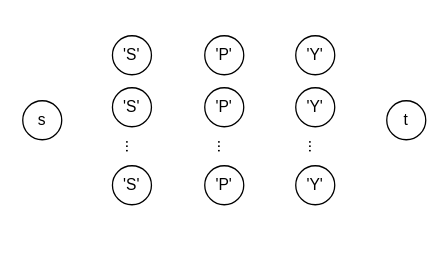
Before: hw4_9.drawio in Eren-Jeager123/Algorithm, a draw.io diagram. Source tidied: cells renumbered, new cells numbered last; positions are measured from the earlier drawing's top-left corner, leaving out a move shared by most shapes. Both pictures are drawn from the tidied source at 130%, with x=0, y=0 at pixel (22, 35).
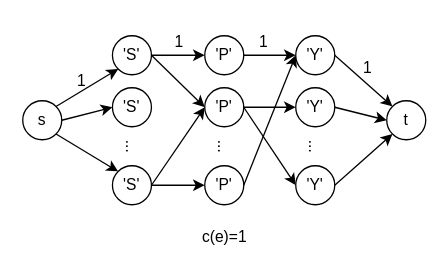
After the change.

Unchanged cells that the change refers to:
```xml
<mxCell id="2" value="s" style="ellipse;whiteSpace=wrap;html=1;" parent="1" vertex="1">
  <mxGeometry y="50" width="30" height="30" as="geometry" />
</mxCell>
<mxCell id="3" value="'S'" style="ellipse;whiteSpace=wrap;html=1;" parent="1" vertex="1">
  <mxGeometry x="69" width="30" height="30" as="geometry" />
</mxCell>
<mxCell id="4" value="'S'" style="ellipse;whiteSpace=wrap;html=1;" parent="1" vertex="1">
  <mxGeometry x="69" y="40" width="30" height="30" as="geometry" />
</mxCell>
<mxCell id="5" value="'S'" style="ellipse;whiteSpace=wrap;html=1;" parent="1" vertex="1">
  <mxGeometry x="69" y="100" width="30" height="30" as="geometry" />
</mxCell>
<mxCell id="7" value="'P'" style="ellipse;whiteSpace=wrap;html=1;" parent="1" vertex="1">
  <mxGeometry x="140" width="30" height="30" as="geometry" />
</mxCell>
<mxCell id="8" value="'P'" style="ellipse;whiteSpace=wrap;html=1;" parent="1" vertex="1">
  <mxGeometry x="140" y="100" width="30" height="30" as="geometry" />
</mxCell>
<mxCell id="9" value="'P'" style="ellipse;whiteSpace=wrap;html=1;" parent="1" vertex="1">
  <mxGeometry x="140" y="40" width="30" height="30" as="geometry" />
</mxCell>
<mxCell id="11" value="'Y'" style="ellipse;whiteSpace=wrap;html=1;" parent="1" vertex="1">
  <mxGeometry x="210" width="30" height="30" as="geometry" />
</mxCell>
<mxCell id="12" value="'Y'" style="ellipse;whiteSpace=wrap;html=1;" parent="1" vertex="1">
  <mxGeometry x="210" y="100" width="30" height="30" as="geometry" />
</mxCell>
<mxCell id="13" value="'Y'" style="ellipse;whiteSpace=wrap;html=1;" parent="1" vertex="1">
  <mxGeometry x="210" y="40" width="30" height="30" as="geometry" />
</mxCell>
<mxCell id="15" value="t" style="ellipse;whiteSpace=wrap;html=1;" parent="1" vertex="1">
  <mxGeometry x="280" y="50" width="30" height="30" as="geometry" />
</mxCell>
```

Change to the diagram source:
```diff
@@
+    <mxCell id="16" style="rounded=0;jettySize=auto;html=1;exitX=1;exitY=0;exitDx=0;exitDy=0;entryX=0;entryY=1;entryDx=0;entryDy=0;" parent="1" edge="1" source="2" target="3">
+      <mxGeometry relative="1" as="geometry" />
+    </mxCell>
+    <mxCell id="17" style="rounded=0;jettySize=auto;html=1;exitX=1;exitY=0.5;exitDx=0;exitDy=0;entryX=0;entryY=0.5;entryDx=0;entryDy=0;" parent="1" edge="1" source="2" target="4">
+      <mxGeometry relative="1" as="geometry" />
+    </mxCell>
+    <mxCell id="18" style="rounded=0;jettySize=auto;html=1;exitX=1;exitY=1;exitDx=0;exitDy=0;entryX=0;entryY=0;entryDx=0;entryDy=0;" parent="1" edge="1" source="2" target="5">
+      <mxGeometry relative="1" as="geometry" />
+    </mxCell>
@@
+    <mxCell id="19" style="rounded=0;jettySize=auto;html=1;exitX=1;exitY=0.5;exitDx=0;exitDy=0;entryX=0;entryY=0.5;entryDx=0;entryDy=0;" parent="1" edge="1" source="3" target="7">
+      <mxGeometry relative="1" as="geometry" />
+    </mxCell>
+    <mxCell id="20" style="rounded=0;jettySize=auto;html=1;exitX=1;exitY=0.5;exitDx=0;exitDy=0;entryX=0;entryY=0.5;entryDx=0;entryDy=0;" parent="1" edge="1" source="3" target="9">
+      <mxGeometry relative="1" as="geometry" />
+    </mxCell>
@@
+    <mxCell id="21" style="rounded=0;jettySize=auto;html=1;exitX=1;exitY=0.5;exitDx=0;exitDy=0;entryX=0;entryY=0.5;entryDx=0;entryDy=0;" parent="1" edge="1" source="5" target="8">
+      <mxGeometry relative="1" as="geometry" />
+    </mxCell>
+    <mxCell id="22" style="rounded=0;jettySize=auto;html=1;exitX=1;exitY=0.5;exitDx=0;exitDy=0;entryX=0;entryY=0.5;entryDx=0;entryDy=0;" parent="1" edge="1" source="5" target="9">
+      <mxGeometry relative="1" as="geometry" />
+    </mxCell>
@@
+    <mxCell id="23" style="rounded=0;jettySize=auto;html=1;exitX=1;exitY=0.5;exitDx=0;exitDy=0;entryX=0;entryY=0.5;entryDx=0;entryDy=0;" parent="1" edge="1" source="7" target="11">
+      <mxGeometry relative="1" as="geometry" />
+    </mxCell>
@@
+    <mxCell id="24" style="rounded=0;jettySize=auto;html=1;exitX=1;exitY=0.5;exitDx=0;exitDy=0;entryX=0;entryY=0.5;entryDx=0;entryDy=0;" parent="1" edge="1" source="8" target="11">
+      <mxGeometry relative="1" as="geometry" />
+    </mxCell>
@@
+    <mxCell id="25" style="rounded=0;jettySize=auto;html=1;exitX=1;exitY=0.5;exitDx=0;exitDy=0;entryX=0;entryY=0.5;entryDx=0;entryDy=0;" parent="1" edge="1" source="9" target="13">
+      <mxGeometry relative="1" as="geometry" />
+    </mxCell>
+    <mxCell id="26" style="rounded=0;jettySize=auto;html=1;exitX=1;exitY=0.5;exitDx=0;exitDy=0;entryX=0;entryY=0.5;entryDx=0;entryDy=0;" parent="1" edge="1" source="9" target="12">
+      <mxGeometry relative="1" as="geometry" />
+    </mxCell>
@@
+    <mxCell id="27" style="rounded=0;jettySize=auto;html=1;exitX=1;exitY=0.5;exitDx=0;exitDy=0;entryX=0;entryY=0;entryDx=0;entryDy=0;" parent="1" edge="1" source="11" target="15">
+      <mxGeometry relative="1" as="geometry" />
+    </mxCell>
@@
+    <mxCell id="28" style="rounded=0;jettySize=auto;html=1;exitX=1;exitY=0.5;exitDx=0;exitDy=0;entryX=0;entryY=1;entryDx=0;entryDy=0;" parent="1" edge="1" source="12" target="15">
+      <mxGeometry relative="1" as="geometry" />
+    </mxCell>
@@
+    <mxCell id="29" style="rounded=0;jettySize=auto;html=1;exitX=1;exitY=0.5;exitDx=0;exitDy=0;entryX=0;entryY=0.5;entryDx=0;entryDy=0;" parent="1" edge="1" source="13" target="15">
+      <mxGeometry relative="1" as="geometry" />
+    </mxCell>
@@
+    <mxCell id="30" value="c(e)=1" style="text;html=1;align=center;verticalAlign=middle;strokeColor=none;fillColor=none;" parent="1" vertex="1">
+      <mxGeometry x="125" y="140" width="60" height="30" as="geometry" />
+    </mxCell>
+    <mxCell id="31" value="1" style="text;html=1;align=center;verticalAlign=middle;strokeColor=none;fillColor=none;" parent="1" vertex="1">
+      <mxGeometry x="30" y="20" width="30" height="30" as="geometry" />
+    </mxCell>
+    <mxCell id="32" value="1" style="text;html=1;align=center;verticalAlign=middle;strokeColor=none;fillColor=none;" parent="1" vertex="1">
+      <mxGeometry x="105" y="-10" width="30" height="30" as="geometry" />
+    </mxCell>
+    <mxCell id="33" value="1" style="text;html=1;align=center;verticalAlign=middle;strokeColor=none;fillColor=none;" parent="1" vertex="1">
+      <mxGeometry x="170" y="-10" width="30" height="30" as="geometry" />
+    </mxCell>
+    <mxCell id="34" value="1" style="text;html=1;align=center;verticalAlign=middle;strokeColor=none;fillColor=none;" parent="1" vertex="1">
+      <mxGeometry x="250" y="10" width="30" height="30" as="geometry" />
+    </mxCell>
```
